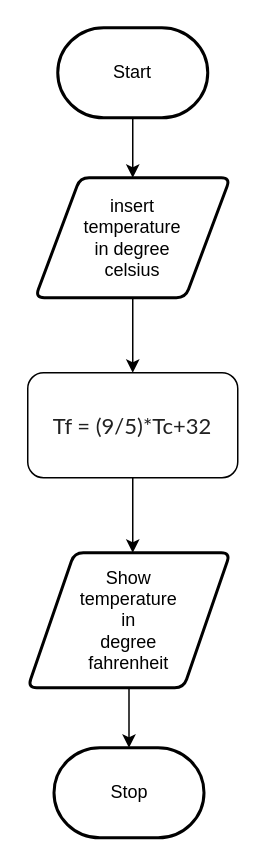
Earlier version of the draw.io diagram flowchart.drawio (Huzaifa-Khalid-2/ICS3U-Unit5-01-Python). Source tidied: cells renumbered, new cells numbered last; positions are measured from the earlier drawing's top-left corner, leaving out a move shared by most shapes. Both pictures are drawn from the tidied source at 150%, with x=0, y=0 at pixel (27, 27).
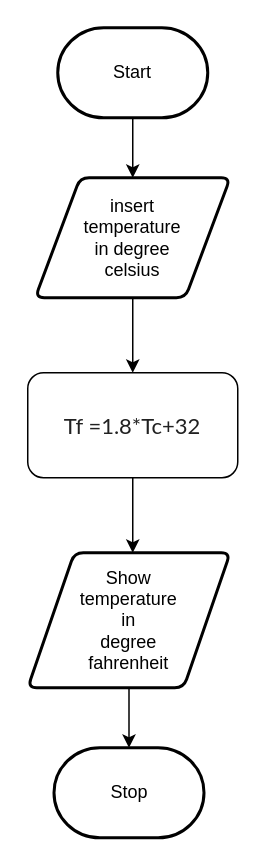
After the change.

What changed in the source:
```diff
@@
 <mxGraphModel>
   <root>
     <mxCell id="0" />
     <mxCell id="1" parent="0" />
     <mxCell id="2" style="edgeStyle=none;html=1;entryX=0.5;entryY=0;entryDx=0;entryDy=0;" parent="1" edge="1" source="3" target="5">
       <mxGeometry relative="1" as="geometry" />
     </mxCell>
     <mxCell id="3" value="Start" style="strokeWidth=2;html=1;shape=mxgraph.flowchart.terminator;whiteSpace=wrap;" parent="1" vertex="1">
       <mxGeometry x="20" width="100" height="60" as="geometry" />
     </mxCell>
     <mxCell id="4" style="edgeStyle=none;html=1;" parent="1" edge="1" source="5">
       <mxGeometry relative="1" as="geometry">
         <mxPoint x="70" y="230" as="targetPoint" />
       </mxGeometry>
     </mxCell>
     <mxCell id="5" value="insert &lt;br&gt;temperature &lt;br&gt;in degree &lt;br&gt;celsius" style="shape=parallelogram;html=1;strokeWidth=2;perimeter=parallelogramPerimeter;whiteSpace=wrap;rounded=1;arcSize=12;size=0.23;" parent="1" vertex="1">
       <mxGeometry x="5" y="100" width="130" height="80" as="geometry" />
     </mxCell>
     <mxCell id="6" style="edgeStyle=none;html=1;" parent="1" edge="1" source="7">
       <mxGeometry relative="1" as="geometry">
         <mxPoint x="70" y="350" as="targetPoint" />
       </mxGeometry>
     </mxCell>
-    <mxCell id="7" value="&lt;span style=&quot;color: rgb(33 , 33 , 33) ; font-family: &amp;#34;lato&amp;#34; , sans-serif ; font-size: 14.6667px ; text-align: left&quot;&gt;Tf = (9/5)*Tc+32&lt;/span&gt;" style="rounded=1;whiteSpace=wrap;html=1;glass=0;" parent="1" vertex="1">
+    <mxCell id="7" value="&lt;span style=&quot;color: rgb(33 , 33 , 33) ; font-family: &amp;#34;lato&amp;#34; , sans-serif ; font-size: 14.6667px ; text-align: left&quot;&gt;Tf =1.8*Tc+32&lt;/span&gt;" style="rounded=1;whiteSpace=wrap;html=1;glass=0;" parent="1" vertex="1">
       <mxGeometry y="230" width="140" height="70" as="geometry" />
     </mxCell>
     <mxCell id="8" style="edgeStyle=none;html=1;" parent="1" edge="1" source="9" target="10">
       <mxGeometry relative="1" as="geometry" />
     </mxCell>
     <mxCell id="9" value="Show &lt;br&gt;temperature &lt;br&gt;in &lt;br&gt;degree &lt;br&gt;fahrenheit" style="shape=parallelogram;html=1;strokeWidth=2;perimeter=parallelogramPerimeter;whiteSpace=wrap;rounded=1;arcSize=12;size=0.23;" parent="1" vertex="1">
       <mxGeometry y="350" width="135" height="90" as="geometry" />
     </mxCell>
     <mxCell id="10" value="Stop" style="strokeWidth=2;html=1;shape=mxgraph.flowchart.terminator;whiteSpace=wrap;" parent="1" vertex="1">
       <mxGeometry x="17.5" y="480" width="100" height="60" as="geometry" />
     </mxCell>
   </root>
 </mxGraphModel>
```
